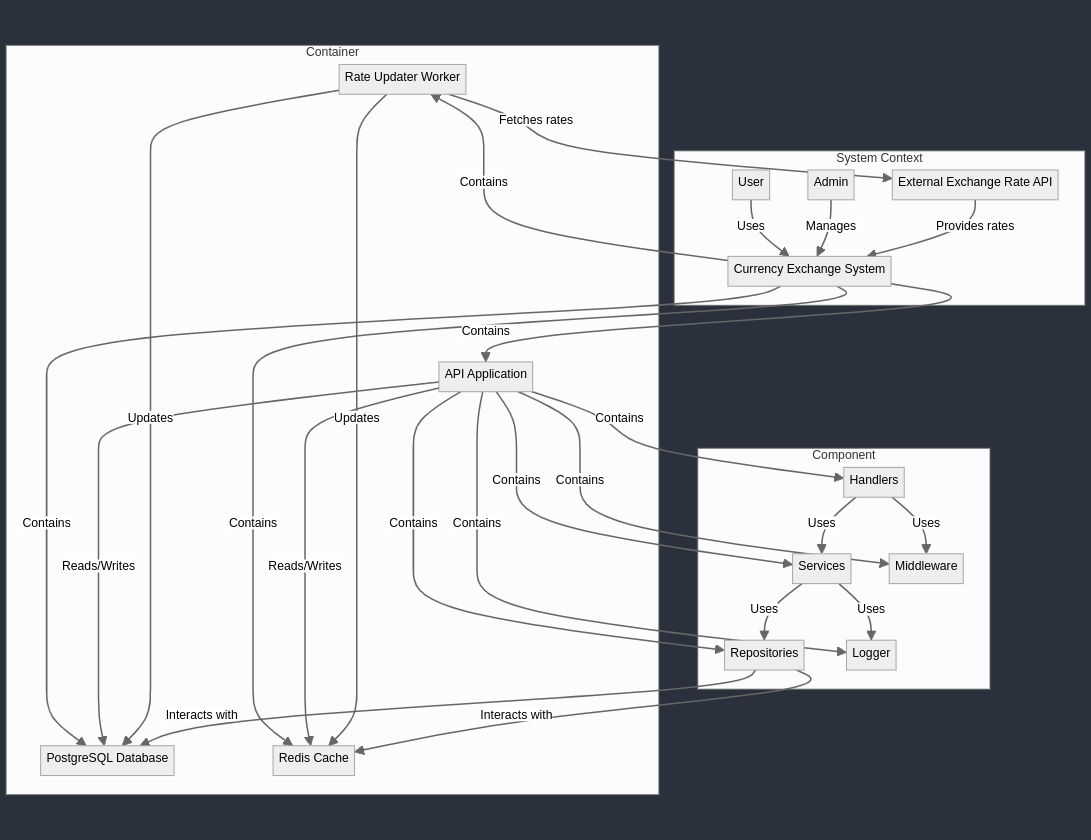
The Mermaid diagram docs/c4/c4-model.png in lutefd/currency-api, before a commit. Its source is kept beside it as docs/c4/c4-model.mermaid. Its diagram source:
```mermaid
graph TB
    subgraph "System Context"
        U["User"]
        A["Admin"]
        E["External Exchange Rate API"]
        CES["Currency Exchange System"]
    end

    U -->|"Uses"| CES
    A -->|"Manages"| CES
    E -->|"Provides rates"| CES

    subgraph "Container"
        API["API Application"]
        DB["PostgreSQL Database"]
        Cache["Redis Cache"]
        Worker["Rate Updater Worker"]
    end

    CES -->|"Contains"| API
    CES -->|"Contains"| DB
    CES -->|"Contains"| Cache
    CES -->|"Contains"| Worker

    API -->|"Reads/Writes"| DB
    API -->|"Reads/Writes"| Cache
    Worker -->|"Updates"| DB
    Worker -->|"Updates"| Cache
    Worker -->|"Fetches rates"| E

    subgraph "Component"
        H["Handlers"]
        S["Services"]
        R["Repositories"]
        M["Middleware"]
        L["Logger"]
    end

    API -->|"Contains"| H
    API -->|"Contains"| S
    API -->|"Contains"| R
    API -->|"Contains"| M
    API -->|"Contains"| L

    H -->|"Uses"| S
    S -->|"Uses"| R
    H -->|"Uses"| M
    S -->|"Uses"| L
    R -->|"Interacts with"| DB
    R -->|"Interacts with"| Cache
```
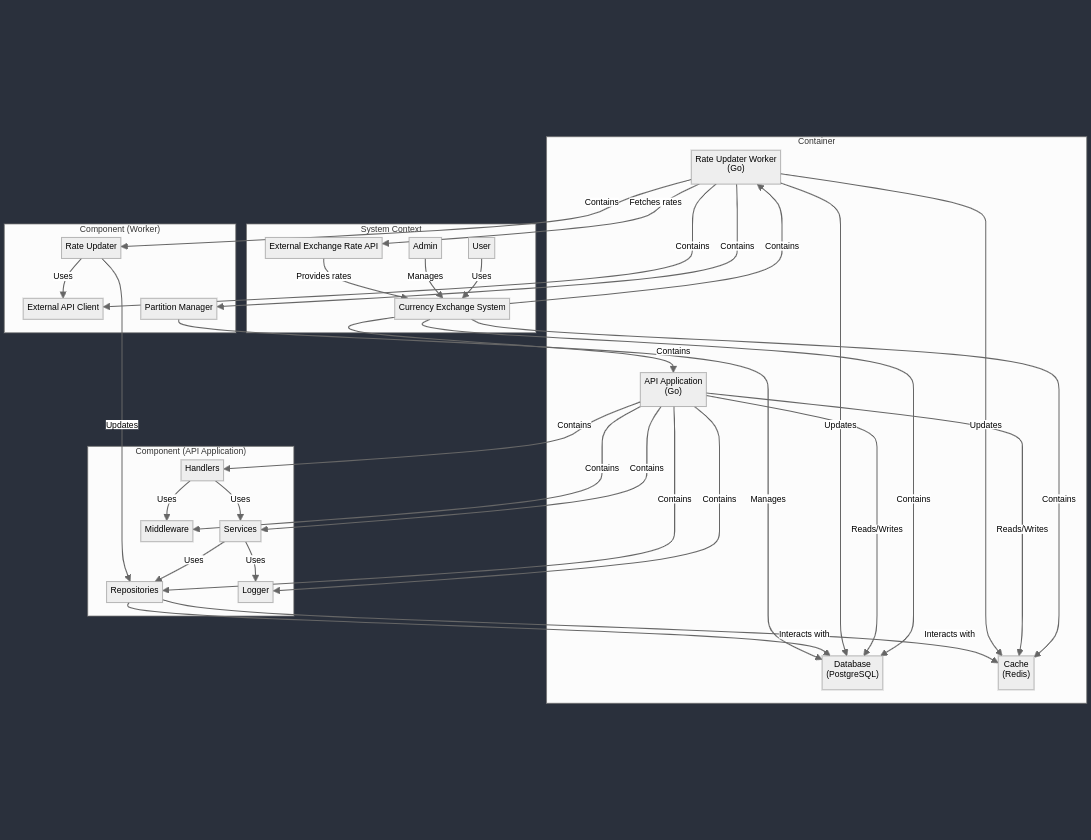
Above is the later version.

Commit message:
docs(models/maps): update c4 model and dependency map to reflect previous changes

Change to the diagram source:
```diff
@@ -1,50 +1,64 @@
 graph TB
     subgraph "System Context"
-        U["User"]
-        A["Admin"]
-        E["External Exchange Rate API"]
+        User["User"]
+        Admin["Admin"]
+        ExternalAPI["External Exchange Rate API"]
         CES["Currency Exchange System"]
     end
 
-    U -->|"Uses"| CES
-    A -->|"Manages"| CES
-    E -->|"Provides rates"| CES
+    User -->|"Uses"| CES
+    Admin -->|"Manages"| CES
+    ExternalAPI -->|"Provides rates"| CES
 
     subgraph "Container"
-        API["API Application"]
-        DB["PostgreSQL Database"]
-        Cache["Redis Cache"]
-        Worker["Rate Updater Worker"]
+        API["API Application\n(Go)"]
+        Worker["Rate Updater Worker\n(Go)"]
+        DB["Database\n(PostgreSQL)"]
+        Cache["Cache\n(Redis)"]
     end
 
     CES -->|"Contains"| API
+    CES -->|"Contains"| Worker
     CES -->|"Contains"| DB
     CES -->|"Contains"| Cache
-    CES -->|"Contains"| Worker
 
     API -->|"Reads/Writes"| DB
     API -->|"Reads/Writes"| Cache
     Worker -->|"Updates"| DB
     Worker -->|"Updates"| Cache
-    Worker -->|"Fetches rates"| E
+    Worker -->|"Fetches rates"| ExternalAPI
 
-    subgraph "Component"
-        H["Handlers"]
-        S["Services"]
-        R["Repositories"]
-        M["Middleware"]
-        L["Logger"]
+    subgraph "Component (API Application)"
+        Handlers["Handlers"]
+        Services["Services"]
+        Repositories["Repositories"]
+        Middleware["Middleware"]
+        Logger["Logger"]
     end
 
-    API -->|"Contains"| H
-    API -->|"Contains"| S
-    API -->|"Contains"| R
-    API -->|"Contains"| M
-    API -->|"Contains"| L
+    API -->|"Contains"| Handlers
+    API -->|"Contains"| Services
+    API -->|"Contains"| Repositories
+    API -->|"Contains"| Middleware
+    API -->|"Contains"| Logger
 
-    H -->|"Uses"| S
-    S -->|"Uses"| R
-    H -->|"Uses"| M
-    S -->|"Uses"| L
-    R -->|"Interacts with"| DB
-    R -->|"Interacts with"| Cache
+    Handlers -->|"Uses"| Services
+    Services -->|"Uses"| Repositories
+    Handlers -->|"Uses"| Middleware
+    Services -->|"Uses"| Logger
+    Repositories -->|"Interacts with"| DB
+    Repositories -->|"Interacts with"| Cache
+
+    subgraph "Component (Worker)"
+        RateUpdater["Rate Updater"]
+        ExternalClient["External API Client"]
+        PartitionManager["Partition Manager"]
+    end
+
+    Worker -->|"Contains"| RateUpdater
+    Worker -->|"Contains"| ExternalClient
+    Worker -->|"Contains"| PartitionManager
+
+    RateUpdater -->|"Uses"| ExternalClient
+    RateUpdater -->|"Updates"| Repositories
+    PartitionManager -->|"Manages"| DB
```
